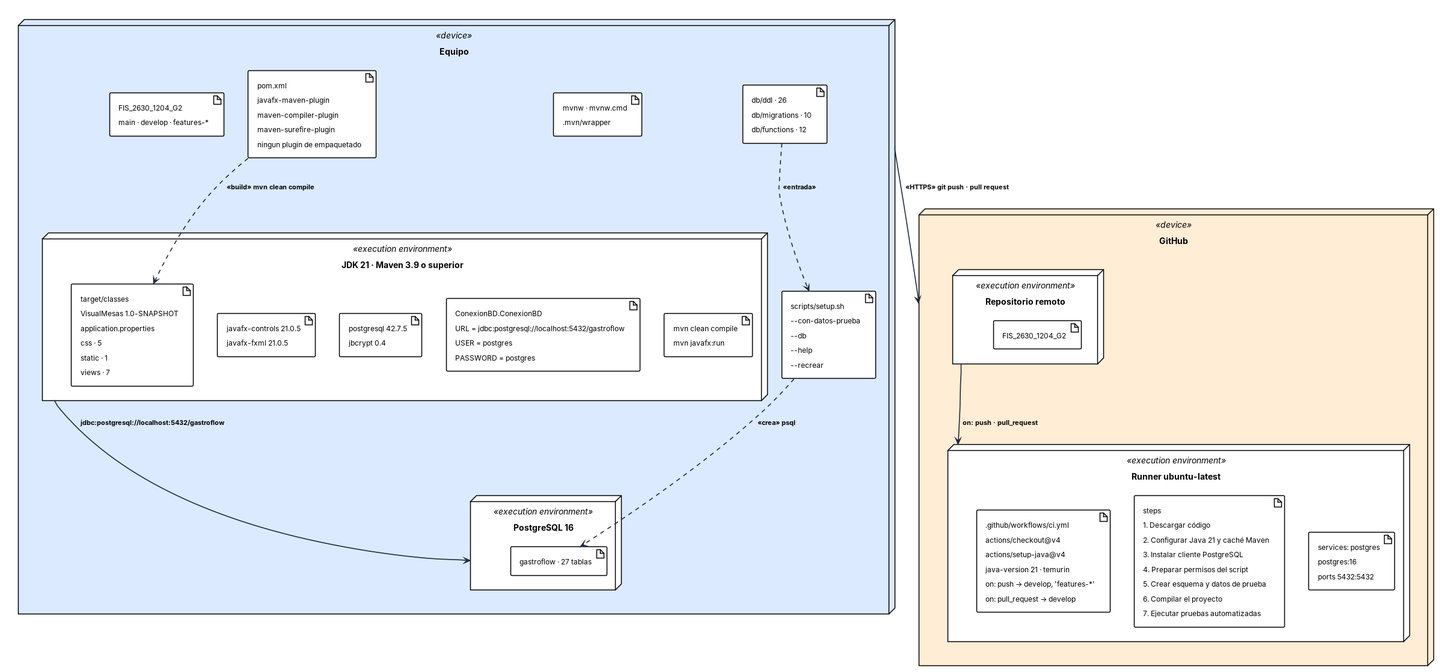
Earlier version of the PlantUML export docs/Imagenes/DiagramaDespliegue_Entorno.png (puj-course/FIS_2630_1204_G2). Its source is kept beside it as docs/diagramas-fuente/DiagramaDespliegue_Entorno.puml. Source of this version:
```plantuml
@startuml
skinparam backgroundColor #FFFFFF
skinparam shadowing false
skinparam defaultFontName Helvetica
skinparam roundCorner 4
skinparam nodesep 40
skinparam ranksep 70
skinparam padding 5
skinparam ArrowColor #1E293B
skinparam ArrowThickness 1.6
skinparam ArrowFontSize 11
skinparam ArrowFontStyle bold
skinparam NodeFontSize 14
skinparam NodeFontStyle bold
skinparam ArtifactFontSize 12
skinparam NodeBackgroundColor #FFFFFF
skinparam ArtifactBackgroundColor #FFFFFF
node "Equipo" as equipo <<device>> #DBEAFE {
  artifact "FIS_2630_1204_G2\nmain · develop · features-*" as a_src
  artifact "pom.xml\njavafx-maven-plugin\nmaven-compiler-plugin\nmaven-surefire-plugin\nningun plugin de empaquetado" as a_pom
  artifact "mvnw · mvnw.cmd\n.mvn/wrapper" as a_mvn
  artifact "db/ddl · 26\ndb/migrations · 10\ndb/functions · 12" as a_ddl
  artifact "scripts/setup.sh\n--con-datos-prueba\n--db\n--help\n--recrear" as a_setup
  node "JDK 21 · Maven 3.9 o superior" as jvm <<execution environment>> #FFFFFF {
    artifact "target/classes\nVisualMesas 1.0-SNAPSHOT\napplication.properties\ncss · 5\nstatic · 1\nviews · 7" as a_jar
    artifact "javafx-controls 21.0.5\njavafx-fxml 21.0.5" as a_fx
    artifact "postgresql 42.7.5\njbcrypt 0.4" as a_libs
    artifact "ConexionBD.ConexionBD\nURL = jdbc:postgresql://localhost:5432/gastroflow\nUSER = postgres\nPASSWORD = postgres" as a_conf
    artifact "mvn clean compile\nmvn javafx:run" as a_cmd
    a_jar -[hidden]right- a_fx
    a_fx -[hidden]right- a_libs
    a_libs -[hidden]right- a_conf
    a_conf -[hidden]right- a_cmd
  }
  node "PostgreSQL 16" as pg <<execution environment>> #FFFFFF {
    artifact "gastroflow · 27 tablas" as a_db
  }
  a_src -[hidden]right- a_pom
  a_pom -[hidden]right- a_mvn
  a_mvn -[hidden]right- a_ddl
  a_ddl -[hidden]right- a_setup
  a_pom ..> a_jar : <<build>> mvn clean compile
  a_ddl ..> a_setup : <<entrada>>
  a_setup ..> a_db : <<crea>> psql
  jvm -down-> pg : jdbc:postgresql://localhost:5432/gastroflow
}
node "GitHub" as github <<device>> #FFEDD5 {
  node "Repositorio remoto" as repo <<execution environment>> #FFFFFF {
    artifact "FIS_2630_1204_G2" as a_repo
  }
  node "Runner ubuntu-latest" as runner <<execution environment>> #FFFFFF {
    artifact ".github/workflows/ci.yml\nactions/checkout@v4\nactions/setup-java@v4\njava-version 21 · temurin\non: push → develop, 'features-*'\non: pull_request → develop" as a_ci
    artifact "steps\n1. Descargar código\n2. Configurar Java 21 y caché Maven\n3. Instalar cliente PostgreSQL\n4. Preparar permisos del script\n5. Crear esquema y datos de prueba\n6. Compilar el proyecto\n7. Ejecutar pruebas automatizadas" as a_pasos
    artifact "services: postgres\npostgres:16\nports 5432:5432" as a_pg_ci
    a_ci -[hidden]right- a_pasos
    a_pasos -[hidden]right- a_pg_ci
  }
  repo -down-> runner : on: push · pull_request
}
equipo -down-> github : <<HTTPS>> git push · pull request
@enduml
```
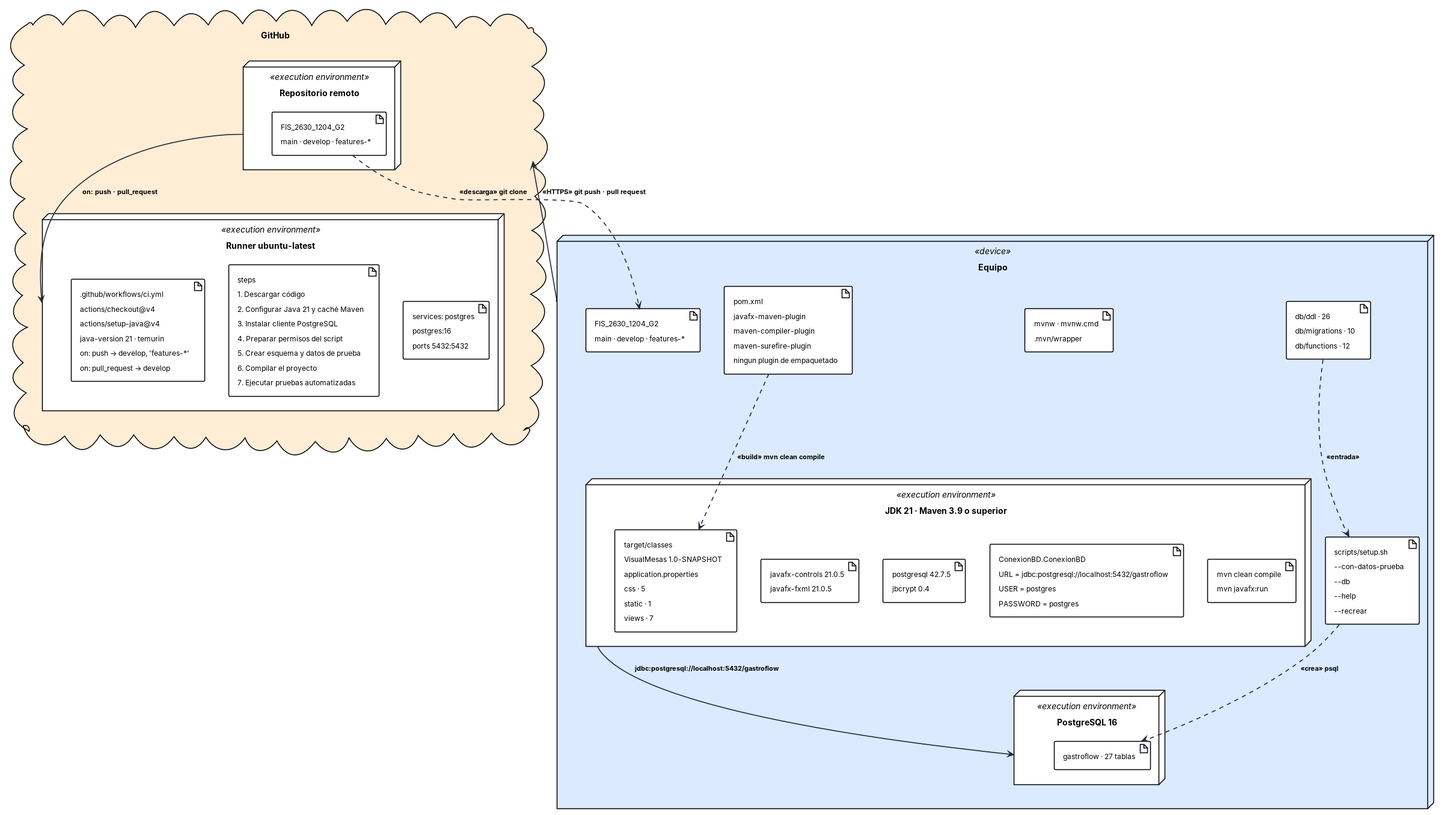
Above is the later version.

Commit message:
docs: GitHub deja de dibujarse como nodo de despliegue

The edit, as a diff of the source:
```diff
@@ -15,6 +15,19 @@
 skinparam ArtifactFontSize 12
 skinparam NodeBackgroundColor #FFFFFF
 skinparam ArtifactBackgroundColor #FFFFFF
+cloud "GitHub" as github #FFEDD5 {
+  node "Repositorio remoto" as repo <<execution environment>> #FFFFFF {
+    artifact "FIS_2630_1204_G2\nmain · develop · features-*" as a_repo
+  }
+  node "Runner ubuntu-latest" as runner <<execution environment>> #FFFFFF {
+    artifact ".github/workflows/ci.yml\nactions/checkout@v4\nactions/setup-java@v4\njava-version 21 · temurin\non: push → develop, 'features-*'\non: pull_request → develop" as a_ci
+    artifact "steps\n1. Descargar código\n2. Configurar Java 21 y caché Maven\n3. Instalar cliente PostgreSQL\n4. Preparar permisos del script\n5. Crear esquema y datos de prueba\n6. Compilar el proyecto\n7. Ejecutar pruebas automatizadas" as a_pasos
+    artifact "services: postgres\npostgres:16\nports 5432:5432" as a_pg_ci
+    a_ci -[hidden]right- a_pasos
+    a_pasos -[hidden]right- a_pg_ci
+  }
+  repo -down-> runner : on: push · pull_request
+}
 node "Equipo" as equipo <<device>> #DBEAFE {
   artifact "FIS_2630_1204_G2\nmain · develop · features-*" as a_src
   artifact "pom.xml\njavafx-maven-plugin\nmaven-compiler-plugin\nmaven-surefire-plugin\nningun plugin de empaquetado" as a_pom
@@ -44,18 +57,6 @@
   a_setup ..> a_db : <<crea>> psql
   jvm -down-> pg : jdbc:postgresql://localhost:5432/gastroflow
 }
-node "GitHub" as github <<device>> #FFEDD5 {
-  node "Repositorio remoto" as repo <<execution environment>> #FFFFFF {
-    artifact "FIS_2630_1204_G2" as a_repo
-  }
-  node "Runner ubuntu-latest" as runner <<execution environment>> #FFFFFF {
-    artifact ".github/workflows/ci.yml\nactions/checkout@v4\nactions/setup-java@v4\njava-version 21 · temurin\non: push → develop, 'features-*'\non: pull_request → develop" as a_ci
-    artifact "steps\n1. Descargar código\n2. Configurar Java 21 y caché Maven\n3. Instalar cliente PostgreSQL\n4. Preparar permisos del script\n5. Crear esquema y datos de prueba\n6. Compilar el proyecto\n7. Ejecutar pruebas automatizadas" as a_pasos
-    artifact "services: postgres\npostgres:16\nports 5432:5432" as a_pg_ci
-    a_ci -[hidden]right- a_pasos
-    a_pasos -[hidden]right- a_pg_ci
-  }
-  repo -down-> runner : on: push · pull_request
-}
-equipo -down-> github : <<HTTPS>> git push · pull request
+a_repo ..> a_src : <<descarga>> git clone
+equipo -up-> github : <<HTTPS>> git push · pull request
 @enduml
```
